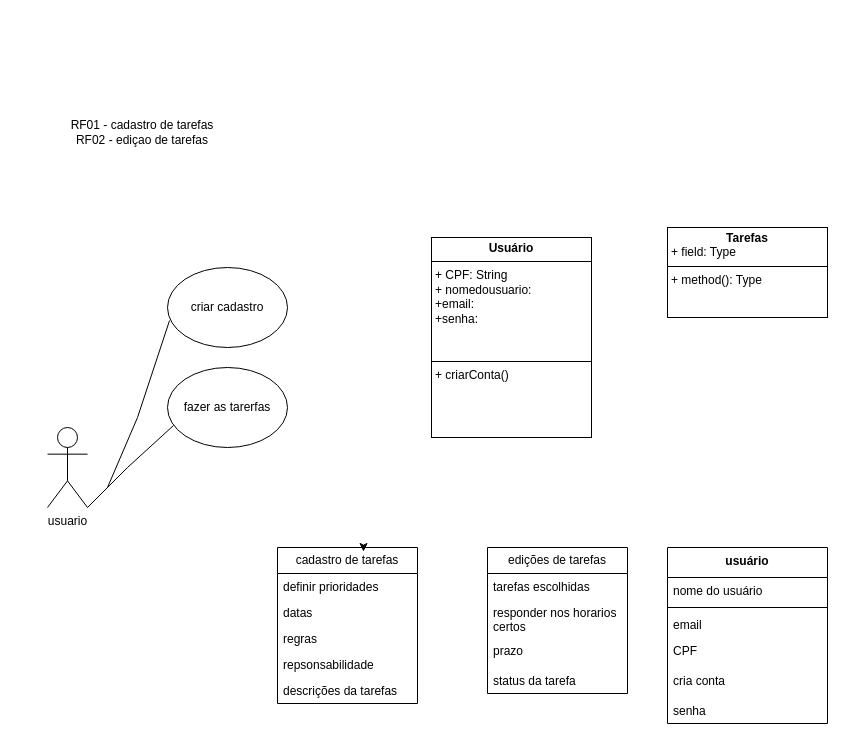
Above: page "Página-6" (6 of 7) of bla.drawio in liviabla/diagramasderequisitos (draw.io), before the change. Source tidied: cells renumbered, new cells numbered last; positions are measured from the earlier drawing's top-left corner, leaving out a move shared by most shapes. Both pictures are drawn from the tidied source at 100%, with x=0, y=0 at pixel (17, 117).
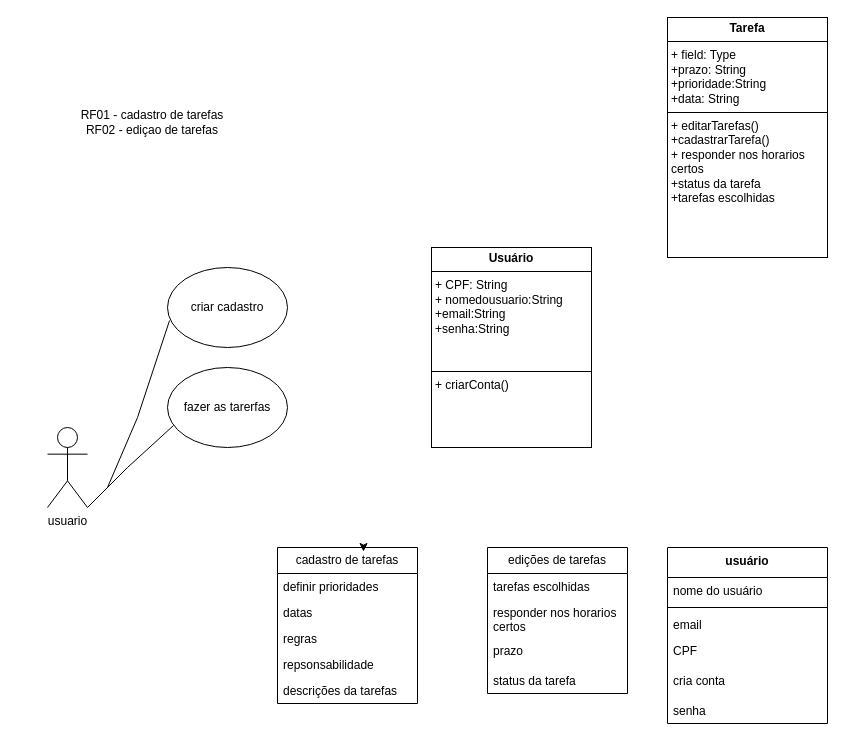
After the change.

Diff of the diagram source:
```diff
@@
     <mxCell id="25" value="RF01 -&amp;nbsp;&lt;span style=&quot;text-align: left;&quot;&gt;cadastro de tarefas&lt;/span&gt;&lt;div&gt;&lt;span style=&quot;text-align: left;&quot;&gt;RF02 -&amp;nbsp;&lt;/span&gt;&lt;span style=&quot;text-align: left; background-color: transparent; color: light-dark(rgb(0, 0, 0), rgb(255, 255, 255));&quot;&gt;ediçao de tarefas&lt;/span&gt;&lt;/div&gt;" style="text;html=1;align=center;verticalAlign=middle;whiteSpace=wrap;rounded=0;" parent="1" vertex="1">
-      <mxGeometry width="250" height="30" as="geometry" />
+      <mxGeometry x="10" y="-10" width="250" height="30" as="geometry" />
     </mxCell>
-    <mxCell id="26" value="&lt;p style=&quot;margin:0px;margin-top:4px;text-align:center;&quot;&gt;&lt;b&gt;Usuário&lt;/b&gt;&lt;/p&gt;&lt;hr size=&quot;1&quot; style=&quot;border-style:solid;&quot;&gt;&lt;p style=&quot;margin:0px;margin-left:4px;&quot;&gt;&lt;span style=&quot;background-color: transparent; color: light-dark(rgb(0, 0, 0), rgb(255, 255, 255));&quot;&gt;+ CPF: String&lt;/span&gt;&lt;/p&gt;&lt;p style=&quot;margin:0px;margin-left:4px;&quot;&gt;+ nomedousuario:&lt;/p&gt;&lt;p style=&quot;margin:0px;margin-left:4px;&quot;&gt;+email:&lt;/p&gt;&lt;p style=&quot;margin:0px;margin-left:4px;&quot;&gt;+senha:&lt;/p&gt;&lt;p style=&quot;margin:0px;margin-left:4px;&quot;&gt;&lt;br&gt;&lt;/p&gt;&lt;p style=&quot;margin:0px;margin-left:4px;&quot;&gt;&lt;br&gt;&lt;/p&gt;&lt;hr size=&quot;1&quot; style=&quot;border-style:solid;&quot;&gt;&lt;p style=&quot;margin:0px;margin-left:4px;&quot;&gt;+ criarConta()&lt;/p&gt;&lt;p style=&quot;margin:0px;margin-left:4px;&quot;&gt;&lt;br&gt;&lt;/p&gt;&lt;p style=&quot;margin:0px;margin-left:4px;&quot;&gt;&lt;br&gt;&lt;/p&gt;&lt;p style=&quot;margin:0px;margin-left:4px;&quot;&gt;&lt;br&gt;&lt;/p&gt;" style="verticalAlign=top;align=left;overflow=fill;html=1;whiteSpace=wrap;" parent="1" vertex="1">
-      <mxGeometry x="414" y="120" width="160" height="200" as="geometry" />
+    <mxCell id="26" value="&lt;p style=&quot;margin:0px;margin-top:4px;text-align:center;&quot;&gt;&lt;b&gt;Usuário&lt;/b&gt;&lt;/p&gt;&lt;hr size=&quot;1&quot; style=&quot;border-style:solid;&quot;&gt;&lt;p style=&quot;margin:0px;margin-left:4px;&quot;&gt;&lt;span style=&quot;background-color: transparent; color: light-dark(rgb(0, 0, 0), rgb(255, 255, 255));&quot;&gt;+ CPF: String&lt;/span&gt;&lt;/p&gt;&lt;p style=&quot;margin:0px;margin-left:4px;&quot;&gt;+ nomedousuario:String&lt;/p&gt;&lt;p style=&quot;margin:0px;margin-left:4px;&quot;&gt;+email:String&lt;/p&gt;&lt;p style=&quot;margin:0px;margin-left:4px;&quot;&gt;+senha:String&lt;/p&gt;&lt;p style=&quot;margin:0px;margin-left:4px;&quot;&gt;&lt;br&gt;&lt;/p&gt;&lt;p style=&quot;margin:0px;margin-left:4px;&quot;&gt;&lt;br&gt;&lt;/p&gt;&lt;hr size=&quot;1&quot; style=&quot;border-style:solid;&quot;&gt;&lt;p style=&quot;margin:0px;margin-left:4px;&quot;&gt;+ criarConta()&lt;/p&gt;&lt;p style=&quot;margin:0px;margin-left:4px;&quot;&gt;&lt;br&gt;&lt;/p&gt;&lt;p style=&quot;margin:0px;margin-left:4px;&quot;&gt;&lt;br&gt;&lt;/p&gt;&lt;p style=&quot;margin:0px;margin-left:4px;&quot;&gt;&lt;br&gt;&lt;/p&gt;" style="verticalAlign=top;align=left;overflow=fill;html=1;whiteSpace=wrap;" parent="1" vertex="1">
+      <mxGeometry x="414" y="130" width="160" height="200" as="geometry" />
     </mxCell>
@@
-    <mxCell id="28" value="&lt;p style=&quot;margin:0px;margin-top:4px;text-align:center;&quot;&gt;&lt;b&gt;Tarefas&lt;/b&gt;&lt;/p&gt;&lt;p style=&quot;margin:0px;margin-left:4px;&quot;&gt;+ field: Type&lt;/p&gt;&lt;hr size=&quot;1&quot; style=&quot;border-style:solid;&quot;&gt;&lt;p style=&quot;margin:0px;margin-left:4px;&quot;&gt;+ method(): Type&lt;/p&gt;" style="verticalAlign=top;align=left;overflow=fill;html=1;whiteSpace=wrap;" parent="1" vertex="1">
-      <mxGeometry x="650" y="110" width="160" height="90" as="geometry" />
-    </mxCell>
+    <mxCell id="29" value="&lt;p style=&quot;margin:0px;margin-top:4px;text-align:center;&quot;&gt;&lt;b&gt;Tarefa&lt;/b&gt;&lt;/p&gt;&lt;hr size=&quot;1&quot; style=&quot;border-style:solid;&quot;&gt;&lt;p style=&quot;margin:0px;margin-left:4px;&quot;&gt;+ field: Type&lt;br&gt;+prazo: String&lt;/p&gt;&lt;p style=&quot;margin:0px;margin-left:4px;&quot;&gt;+prioridade:String&lt;/p&gt;&lt;p style=&quot;margin:0px;margin-left:4px;&quot;&gt;+data: String&lt;/p&gt;&lt;hr size=&quot;1&quot; style=&quot;border-style:solid;&quot;&gt;&lt;p style=&quot;margin:0px;margin-left:4px;&quot;&gt;+ editarTarefas()&lt;br&gt;+cadastrarTarefa()&lt;/p&gt;&lt;p style=&quot;margin:0px;margin-left:4px;&quot;&gt;+ responder nos horarios certos&lt;/p&gt;&lt;p style=&quot;margin:0px;margin-left:4px;&quot;&gt;+status da tarefa&lt;/p&gt;&lt;p style=&quot;margin:0px;margin-left:4px;&quot;&gt;+tarefas escolhidas&lt;/p&gt;" style="verticalAlign=top;align=left;overflow=fill;html=1;whiteSpace=wrap;" parent="1" vertex="1">
+      <mxGeometry x="650" y="-100" width="160" height="240" as="geometry" />
+    </mxCell>
```
